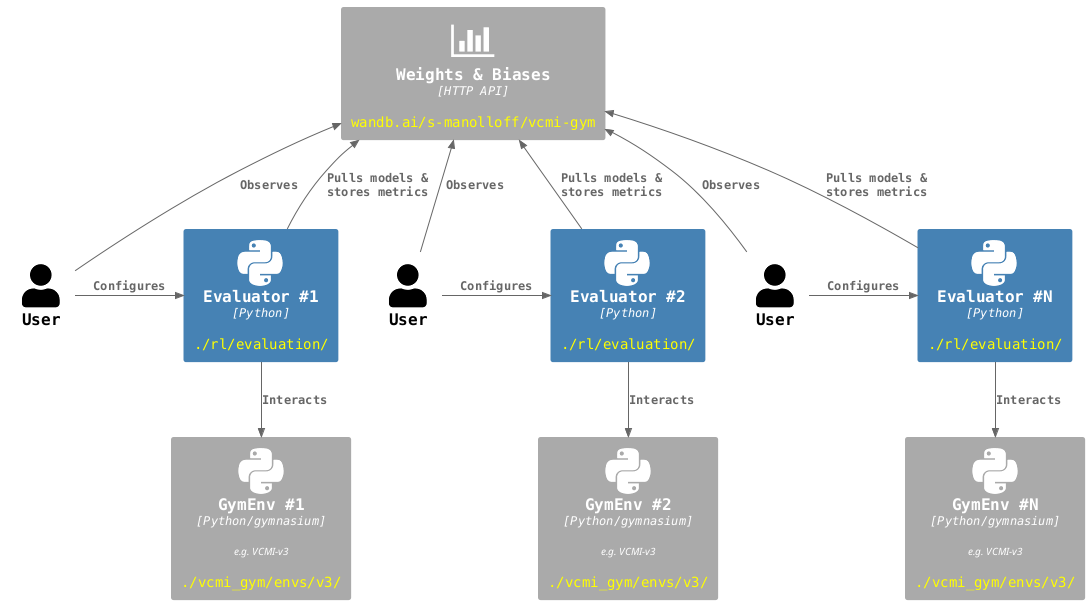
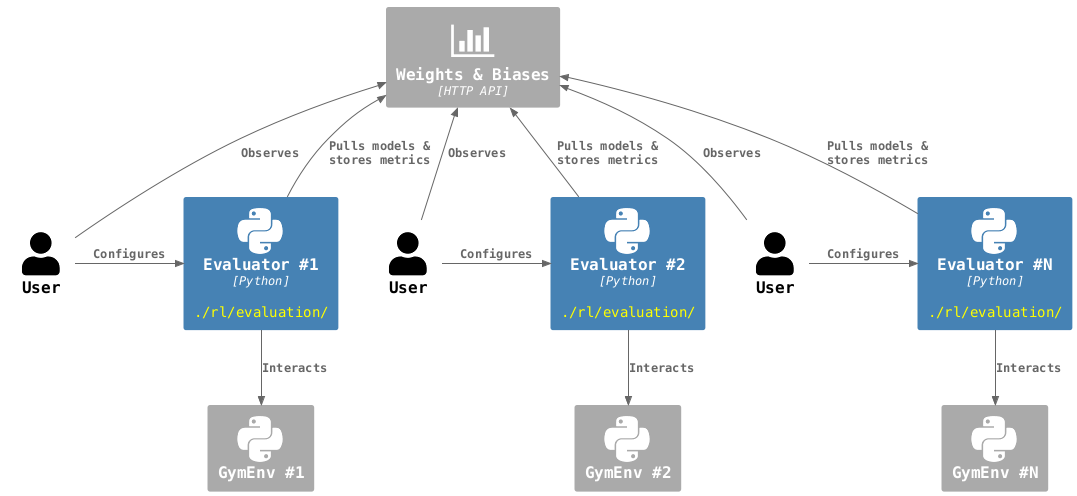
@startuml "rl-eval-auto"

!include <C4/C4_Container>
!include <tupadr3/devicons2/cplusplus>
!include <tupadr3/devicons2/python>
!include <tupadr3/font-awesome/bar_chart>

skinparam DefaultFontName monospaced
<style>
note {  MaximumWidth 500 }
</style>

' Used in place of " " where line wrapping is undesired
!$nbsp = "<U+00A0>"

HIDE_STEREOTYPE()
' LAYOUT_LEFT_RIGHT()

' Prevent confusing text color in legend by setting it to the default color
!$LEGEND_DARK_COLOR=$ELEMENT_FONT_COLOR
!$LEGEND_LIGHT_COLOR=$ELEMENT_FONT_COLOR

UpdateElementStyle(person, $bgColor="white", $borderColor="white", $fontColor="black")

AddElementTag("local", $bgColor="SteelBlue", $borderColor="SteelBlue", $legendText="local component")
AddElementTag("ext", $bgColor="#aaa", $borderColor="#aaa", $legendText="external component")

AddRelTag("async", $textColor="#1400c9", $lineColor="#1400c9", $lineThickness="1", $lineStyle="dashed", $legendText="-")


''''''''''''''''''''''''''''''''''''''''''''''''''''''''''''''''''''''''''''''''
''''''''''''''''''''''''''''''''''''''''''''''''''''''''''''''''''''''''''''''''

' Replace $search with $repl within $txt
!function $replace($txt, $search, $repl)
  !$replaced = ""
  !while %strpos($txt, $search) >= 0
    !$position = %strpos($txt, $search)
    !$replaced = $replaced + %substr($txt, 0, $position) + $repl
    !$txt = %substr($txt, $position + %strlen($search))
  !endwhile
  !return $replaced + $txt
!endfunction

' Allows to define a string in multiple lines, replacing "\n"
' with actual newlines (note: all literal newlines must be escaped)
!function $str($txt)
  !return $replace($txt, "\n", %newline())
!endfunction

!function $oneline($txt)
  !return $replace($txt, " ", $nbsp)
!endfunction

!function $loc($dir)
  !return "<color:yellow>" + $dir + "</color>"
!endfunction

!function $desc($txt)
  !return "<i><font:Arial><size:10>" + $txt + "</size></font></i>"
!endfunction

!function $desc2($txt, $dir)
  !return $desc($txt) + "\n\n" + $loc($dir)
!endfunction

''''''''''''''''''''''''''''''''''''''''''''''''''''''''''''''''''''''''''''''''
''''''''''''''''''''''''''''''''''''''''''''''''''''''''''''''''''''''''''''''''
''' MAIN
''''''''''''''''''''''''''''''''''''''''''''''''''''''''''''''''''''''''''''''''
''''''''''''''''''''''''''''''''''''''''''''''''''''''''''''''''''''''''''''''''

Person(User1, "User")
Person(User2, "User")
Person(UserN, "User")
- Container(wandb, "Weights & Biases", "HTTP API", $loc("wandb.ai/s-manolloff/vcmi-gym"), $sprite="bar_chart", $tags="ext")
- Container(GymEnv1, "GymEnv #1", "Python/gymnasium", $desc2("e.g. VCMI-v3", "./vcmi_gym/envs/v3/"), $sprite="python", $tags="ext")
+ Container(wandb, "Weights & Biases", "HTTP API", $sprite="bar_chart", $tags="ext")
+ Container(GymEnv1, "GymEnv #1", $sprite="python", $tags="ext")
Container(Evaluator1, "Evaluator #1", "Python", $loc("./rl/evaluation/"), $sprite="python", $tags="local")
- Container(GymEnv2, "GymEnv #2", "Python/gymnasium", $desc2("e.g. VCMI-v3", "./vcmi_gym/envs/v3/"), $sprite="python", $tags="ext")
+ Container(GymEnv2, "GymEnv #2", $sprite="python", $tags="ext")
Container(Evaluator2, "Evaluator #2", "Python", $loc("./rl/evaluation/"), $sprite="python", $tags="local")
- Container(GymEnvN, "GymEnv #N", "Python/gymnasium", $desc2("e.g. VCMI-v3", "./vcmi_gym/envs/v3/"), $sprite="python", $tags="ext")
+ Container(GymEnvN, "GymEnv #N", $sprite="python", $tags="ext")
Container(EvaluatorN, "Evaluator #N", "Python", $loc("./rl/evaluation/"), $sprite="python", $tags="local")

Rel_R(User1, Evaluator1, "Configures")
Rel_U(User1, wandb, "Observes")
Rel_U(Evaluator1, wandb, "Pulls models &\nstores metrics")
Rel(Evaluator1, GymEnv1, "Interacts")
Rel_R(User2, Evaluator2, "Configures")
Rel_U(User2, wandb, "Observes")
Rel_U(Evaluator2, wandb, "Pulls models &\nstores metrics")
Rel(Evaluator2, GymEnv2, "Interacts")
Rel_R(UserN, EvaluatorN, "Configures")
Rel_U(UserN, wandb, "Observes")
Rel_U(EvaluatorN, wandb, "Pulls models &\nstores metrics")
Rel(EvaluatorN, GymEnvN, "Interacts")

@enduml
